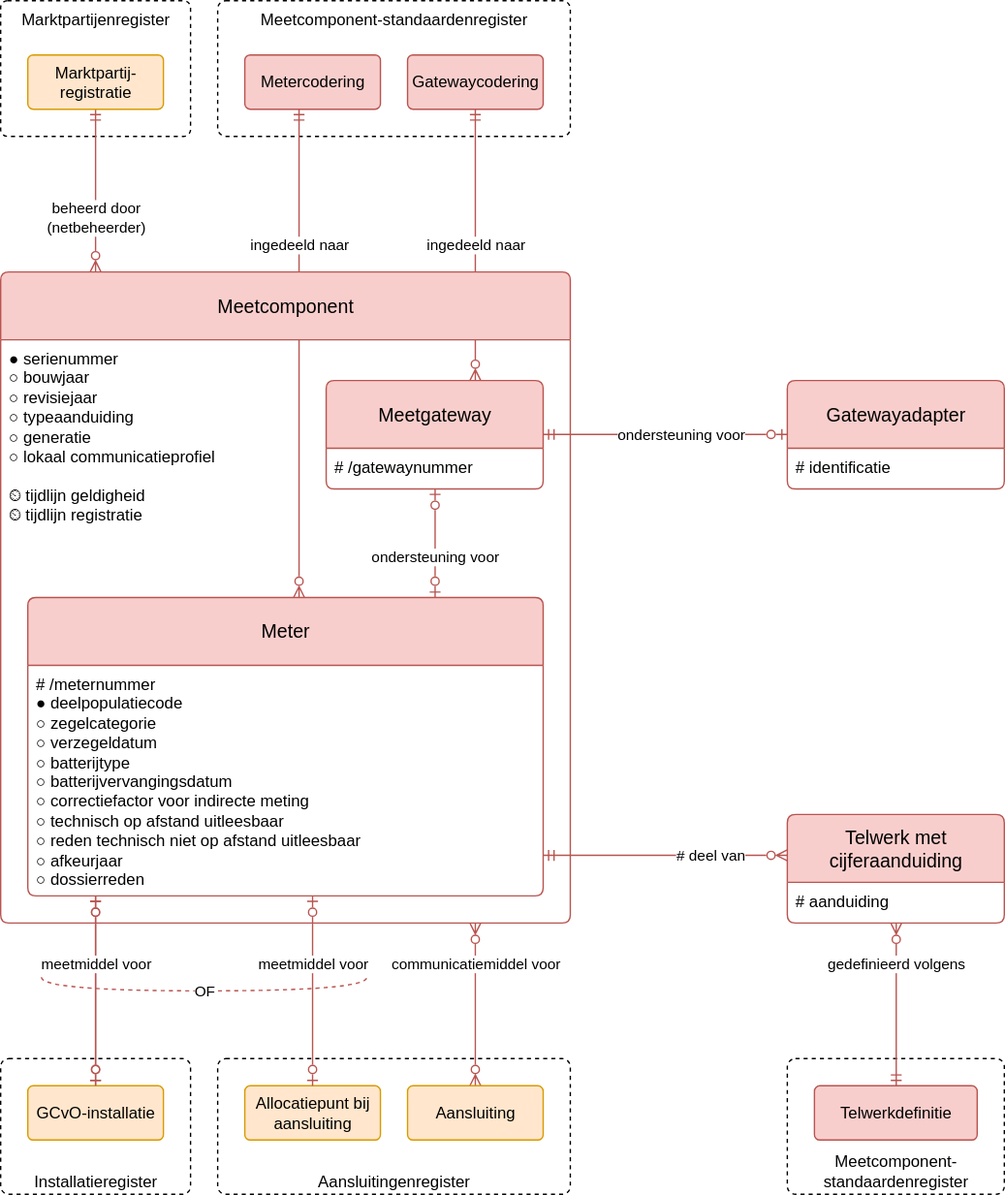
sefanja/nbnl-conceptuele-informatiemodellen keeps this draw.io diagram as modellen/registers/meetcomponentenregister/1.0.0/model.drawio.svg. Above is the earlier version. Source tidied: cells renumbered, new cells last; positions are measured from the earlier drawing's top-left corner, leaving out a move shared by most shapes.
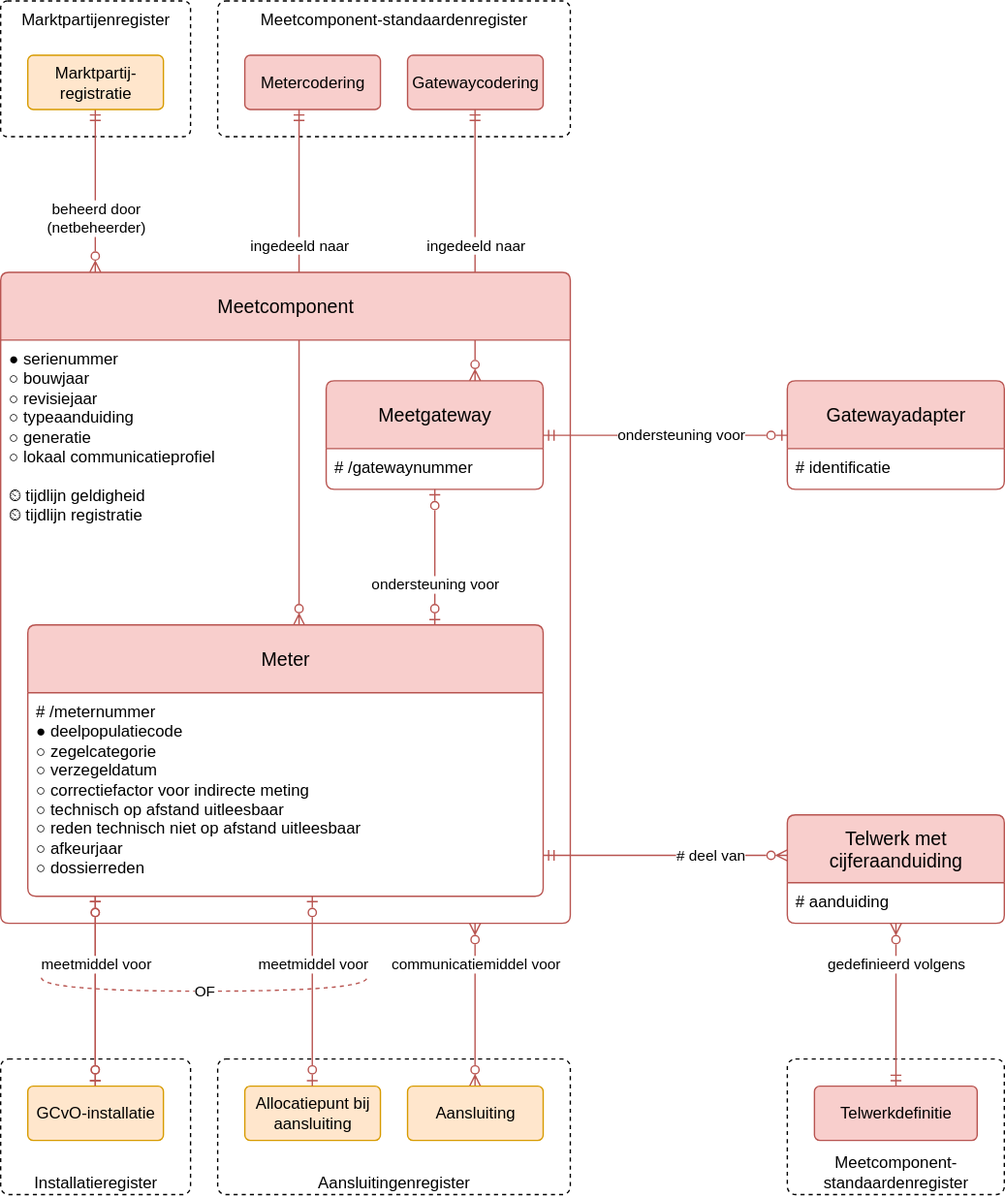
After the commit.

What changed in the source:
```diff
@@ -15,7 +15,7 @@
       <mxGeometry relative="1" as="geometry" />
     </mxCell>
     <mxCell id="6" value="ingedeeld naar" style="edgeStyle=elbowEdgeStyle;fontSize=11;html=1;endArrow=ERmandOne;startArrow=ERzeroToMany;rounded=0;endFill=0;fontStyle=0;align=center;startFill=0;fillColor=#f8cecc;strokeColor=#b85450;" parent="1" edge="1" source="10" target="26">
-      <mxGeometry x="0.44" relative="1" as="geometry">
+      <mxGeometry x="0.47" relative="1" as="geometry">
         <Array as="points">
           <mxPoint x="220" y="270" />
         </Array>
@@ -31,10 +31,10 @@
       <mxGeometry x="160" y="780" width="260" height="100" as="geometry" />
     </mxCell>
     <mxCell id="10" value="Meter" style="swimlane;horizontal=1;startSize=50;rounded=1;fontSize=14;fontStyle=0;strokeWidth=1;shadow=0;dashed=0;align=center;fillColor=#f8cecc;strokeColor=#b85450;arcSize=4;whiteSpace=wrap;html=1;" parent="1" vertex="1">
-      <mxGeometry x="20" y="440" width="380" height="220" as="geometry" />
+      <mxGeometry x="20" y="460" width="380" height="200" as="geometry" />
     </mxCell>
-    <mxCell id="11" value="&lt;div&gt;# /meternummer&lt;/div&gt;&lt;div&gt;● deelpopulatiecode&lt;/div&gt;&lt;div&gt;&lt;div&gt;&lt;span style=&quot;background-color: initial; color: light-dark(rgb(0, 0, 0), rgb(255, 255, 255));&quot;&gt;○ zegelcategorie&lt;/span&gt;&lt;/div&gt;&lt;div&gt;○ verzegeldatum&lt;/div&gt;&lt;/div&gt;&lt;div&gt;&lt;span style=&quot;background-color: transparent; color: light-dark(rgb(0, 0, 0), rgb(255, 255, 255));&quot;&gt;○ batterijtype&lt;/span&gt;&lt;/div&gt;&lt;div&gt;&lt;div&gt;○ batterijvervangingsdatum&lt;/div&gt;&lt;/div&gt;&lt;div&gt;&lt;span style=&quot;background-color: transparent; color: light-dark(rgb(0, 0, 0), rgb(255, 255, 255));&quot;&gt;○&amp;nbsp;&lt;/span&gt;&lt;span style=&quot;background-color: transparent; color: light-dark(rgb(0, 0, 0), rgb(255, 255, 255));&quot;&gt;correctiefactor&amp;nbsp;voor indirecte meting&lt;/span&gt;&lt;/div&gt;&lt;div&gt;&lt;div&gt;&lt;div&gt;&lt;span style=&quot;background-color: transparent; color: light-dark(rgb(0, 0, 0), rgb(255, 255, 255));&quot;&gt;○&lt;/span&gt;&lt;span style=&quot;background-color: initial; color: light-dark(rgb(0, 0, 0), rgb(255, 255, 255));&quot;&gt;&amp;nbsp;&lt;/span&gt;&lt;span style=&quot;background-color: initial; color: light-dark(rgb(0, 0, 0), rgb(255, 255, 255));&quot;&gt;technisch op afstand uitleesbaar&lt;/span&gt;&lt;/div&gt;&lt;div&gt;○&amp;nbsp;reden technisch niet op afstand&amp;nbsp;&lt;span style=&quot;background-color: transparent; color: light-dark(rgb(0, 0, 0), rgb(255, 255, 255));&quot;&gt;uitleesbaar&lt;/span&gt;&lt;/div&gt;&lt;/div&gt;&lt;/div&gt;&lt;div&gt;&lt;span style=&quot;background-color: transparent; color: light-dark(rgb(0, 0, 0), rgb(255, 255, 255));&quot;&gt;○&amp;nbsp;&lt;/span&gt;&lt;span style=&quot;background-color: transparent; color: light-dark(rgb(0, 0, 0), rgb(255, 255, 255));&quot;&gt;afkeurjaar&lt;/span&gt;&lt;/div&gt;&lt;div&gt;&lt;span style=&quot;background-color: transparent; color: light-dark(rgb(0, 0, 0), rgb(255, 255, 255));&quot;&gt;○ dossierreden&lt;/span&gt;&lt;/div&gt;" style="align=left;strokeColor=none;fillColor=none;spacingLeft=4;fontSize=12;verticalAlign=top;fontStyle=0;html=1;" parent="10" vertex="1">
-      <mxGeometry y="50" width="380" height="170" as="geometry" />
+    <mxCell id="11" value="&lt;div&gt;# /meternummer&lt;/div&gt;&lt;div&gt;● deelpopulatiecode&lt;/div&gt;&lt;div&gt;&lt;div&gt;&lt;span style=&quot;background-color: initial; color: light-dark(rgb(0, 0, 0), rgb(255, 255, 255));&quot;&gt;○ zegelcategorie&lt;/span&gt;&lt;/div&gt;&lt;div&gt;○ verzegeldatum&lt;/div&gt;&lt;/div&gt;&lt;div&gt;&lt;span style=&quot;background-color: transparent; color: light-dark(rgb(0, 0, 0), rgb(255, 255, 255));&quot;&gt;○&amp;nbsp;&lt;/span&gt;&lt;span style=&quot;background-color: transparent; color: light-dark(rgb(0, 0, 0), rgb(255, 255, 255));&quot;&gt;correctiefactor&amp;nbsp;voor indirecte meting&lt;/span&gt;&lt;/div&gt;&lt;div&gt;&lt;div&gt;&lt;div&gt;&lt;span style=&quot;background-color: transparent; color: light-dark(rgb(0, 0, 0), rgb(255, 255, 255));&quot;&gt;○&lt;/span&gt;&lt;span style=&quot;background-color: initial; color: light-dark(rgb(0, 0, 0), rgb(255, 255, 255));&quot;&gt;&amp;nbsp;&lt;/span&gt;&lt;span style=&quot;background-color: initial; color: light-dark(rgb(0, 0, 0), rgb(255, 255, 255));&quot;&gt;technisch op afstand uitleesbaar&lt;/span&gt;&lt;/div&gt;&lt;div&gt;○&amp;nbsp;reden technisch niet op afstand&amp;nbsp;&lt;span style=&quot;background-color: transparent; color: light-dark(rgb(0, 0, 0), rgb(255, 255, 255));&quot;&gt;uitleesbaar&lt;/span&gt;&lt;/div&gt;&lt;/div&gt;&lt;/div&gt;&lt;div&gt;&lt;span style=&quot;background-color: transparent; color: light-dark(rgb(0, 0, 0), rgb(255, 255, 255));&quot;&gt;○&amp;nbsp;&lt;/span&gt;&lt;span style=&quot;background-color: transparent; color: light-dark(rgb(0, 0, 0), rgb(255, 255, 255));&quot;&gt;afkeurjaar&lt;/span&gt;&lt;/div&gt;&lt;div&gt;&lt;span style=&quot;background-color: transparent; color: light-dark(rgb(0, 0, 0), rgb(255, 255, 255));&quot;&gt;○ dossierreden&lt;/span&gt;&lt;/div&gt;" style="align=left;strokeColor=none;fillColor=none;spacingLeft=4;fontSize=12;verticalAlign=top;fontStyle=0;html=1;" parent="10" vertex="1">
+      <mxGeometry y="50" width="380" height="150" as="geometry" />
     </mxCell>
     <mxCell id="12" value="Installatieregister" style="rounded=1;whiteSpace=wrap;html=1;dashed=1;verticalAlign=bottom;arcSize=6;" parent="1" vertex="1">
       <mxGeometry y="780" width="140" height="100" as="geometry" />
@@ -101,7 +101,7 @@
       <mxGeometry x="-0.67" relative="1" as="geometry" />
     </mxCell>
     <mxCell id="31" value="ondersteuning voor" style="endArrow=ERzeroToOne;html=1;rounded=0;endFill=0;startArrow=ERzeroToOne;startFill=0;fillColor=#f8cecc;strokeColor=#b85450;edgeStyle=elbowEdgeStyle;align=center;" parent="1" edge="1" source="10" target="21">
-      <mxGeometry x="-0.25" relative="1" as="geometry" />
+      <mxGeometry x="-0.4" relative="1" as="geometry" />
     </mxCell>
     <mxCell id="32" value="&lt;div&gt;Telwerk met cijferaanduiding&lt;/div&gt;" style="swimlane;horizontal=1;startSize=50;rounded=1;fontSize=14;fontStyle=0;strokeWidth=1;shadow=0;dashed=0;align=center;fillColor=#f8cecc;strokeColor=#b85450;arcSize=4;whiteSpace=wrap;html=1;" parent="1" vertex="1">
       <mxGeometry x="580" y="600" width="160" height="80" as="geometry" />
```
